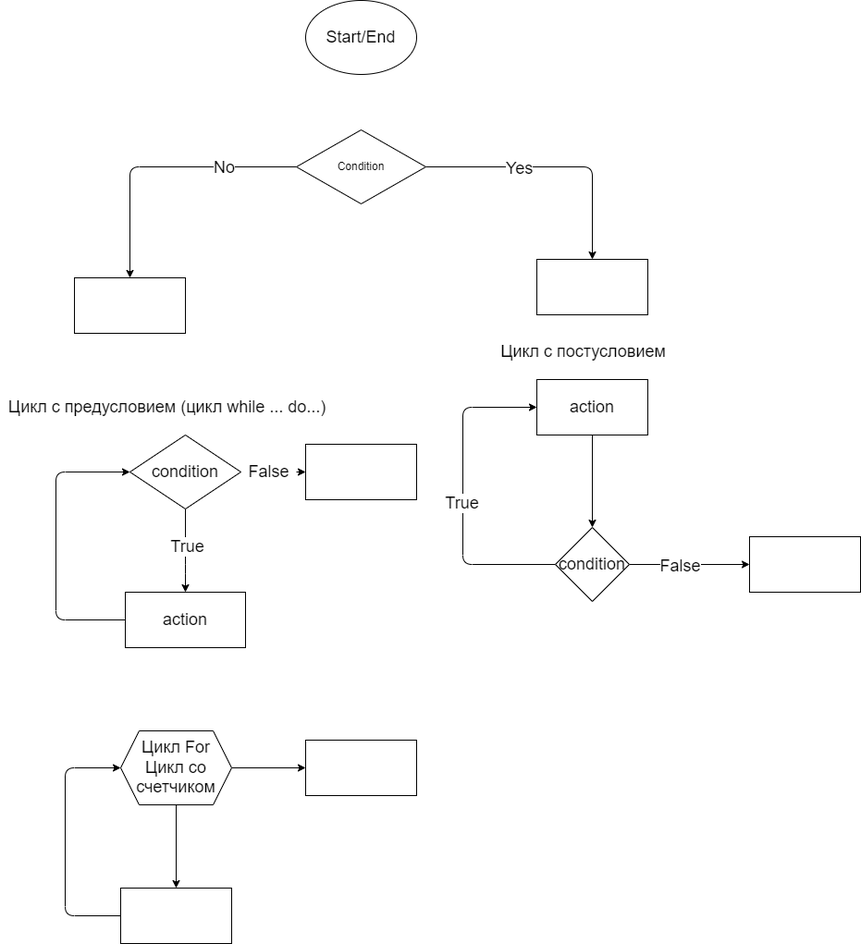
This is ex000.drawio.png from ekaterinanest95/practice_t, a draw.io export, as it was before one commit. Source tidied: cells renumbered, new cells last; positions are measured from the earlier drawing's top-left corner, leaving out a move shared by most shapes.
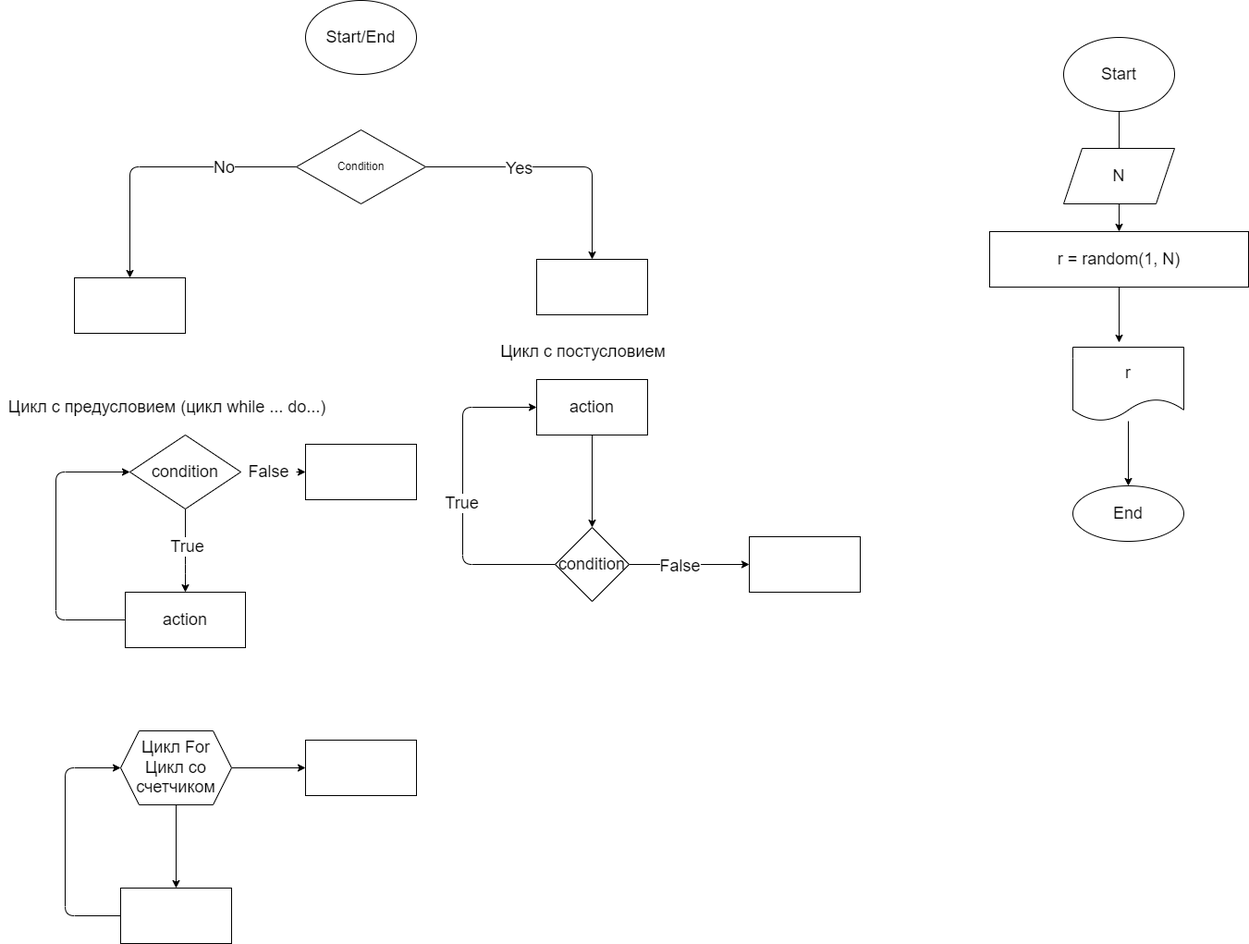
After the commit.

Change to the diagram source:
```diff
@@ -130,5 +130,36 @@
     <mxCell id="34" style="whiteSpace=wrap;html=1;fontSize=18;" parent="1" vertex="1">
       <mxGeometry x="330" y="800" width="120" height="60" as="geometry" />
     </mxCell>
+    <mxCell id="35" style="edgeStyle=none;html=1;fontSize=18;" parent="1" edge="1" source="36">
+      <mxGeometry relative="1" as="geometry">
+        <mxPoint x="1210" y="210" as="targetPoint" />
+      </mxGeometry>
+    </mxCell>
+    <mxCell id="36" value="Start" style="ellipse;whiteSpace=wrap;html=1;fontSize=18;" parent="1" vertex="1">
+      <mxGeometry x="1150" y="40" width="120" height="80" as="geometry" />
+    </mxCell>
+    <mxCell id="37" style="edgeStyle=none;html=1;fontSize=18;" parent="1" edge="1" source="38" target="40">
+      <mxGeometry relative="1" as="geometry" />
+    </mxCell>
+    <mxCell id="38" value="N" style="shape=parallelogram;perimeter=parallelogramPerimeter;whiteSpace=wrap;html=1;fixedSize=1;fontSize=18;" parent="1" vertex="1">
+      <mxGeometry x="1150" y="160" width="120" height="60" as="geometry" />
+    </mxCell>
+    <mxCell id="39" style="edgeStyle=none;html=1;exitX=0.5;exitY=1;exitDx=0;exitDy=0;fontSize=18;" parent="1" edge="1" source="40">
+      <mxGeometry relative="1" as="geometry">
+        <mxPoint x="1210" y="370" as="targetPoint" />
+      </mxGeometry>
+    </mxCell>
+    <mxCell id="40" value="r = random(1, N)" style="whiteSpace=wrap;html=1;fontSize=18;" parent="1" vertex="1">
+      <mxGeometry x="1070" y="250" width="280" height="60" as="geometry" />
+    </mxCell>
+    <mxCell id="41" style="edgeStyle=none;html=1;fontSize=18;" parent="1" edge="1" source="42" target="43">
+      <mxGeometry relative="1" as="geometry" />
+    </mxCell>
+    <mxCell id="42" value="r&lt;br&gt;" style="shape=document;whiteSpace=wrap;html=1;boundedLbl=1;fontSize=18;" parent="1" vertex="1">
+      <mxGeometry x="1160" y="375" width="120" height="80" as="geometry" />
+    </mxCell>
+    <mxCell id="43" value="End" style="ellipse;whiteSpace=wrap;html=1;fontSize=18;" parent="1" vertex="1">
+      <mxGeometry x="1160" y="525" width="120" height="60" as="geometry" />
+    </mxCell>
   </root>
 </mxGraphModel>
```
